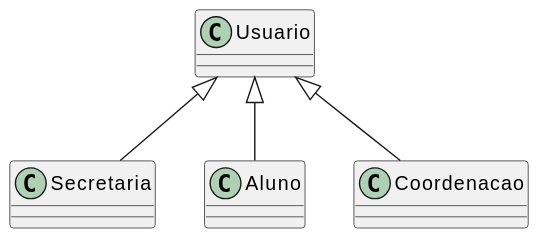
Before: docs/assets/Diagramas/out/diagrama_de_classes.svg, a diagram exported from PlantUML (Projetos-de-Extensao/PBE_26.1_8002_III).
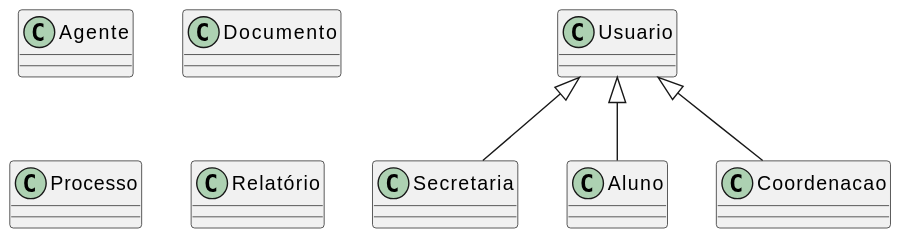
Later version of the same file.

The edit, as a diff of the source:
```diff
@@ -12,4 +12,21 @@
 class Coordenacao extends Usuario {
 
 }
+
+class Agente {
+
+}
+
+class Documento {
+
+}
+
+class Processo {
+
+}
+
+
+class Relatório {
+
+}
 @enduml
```
